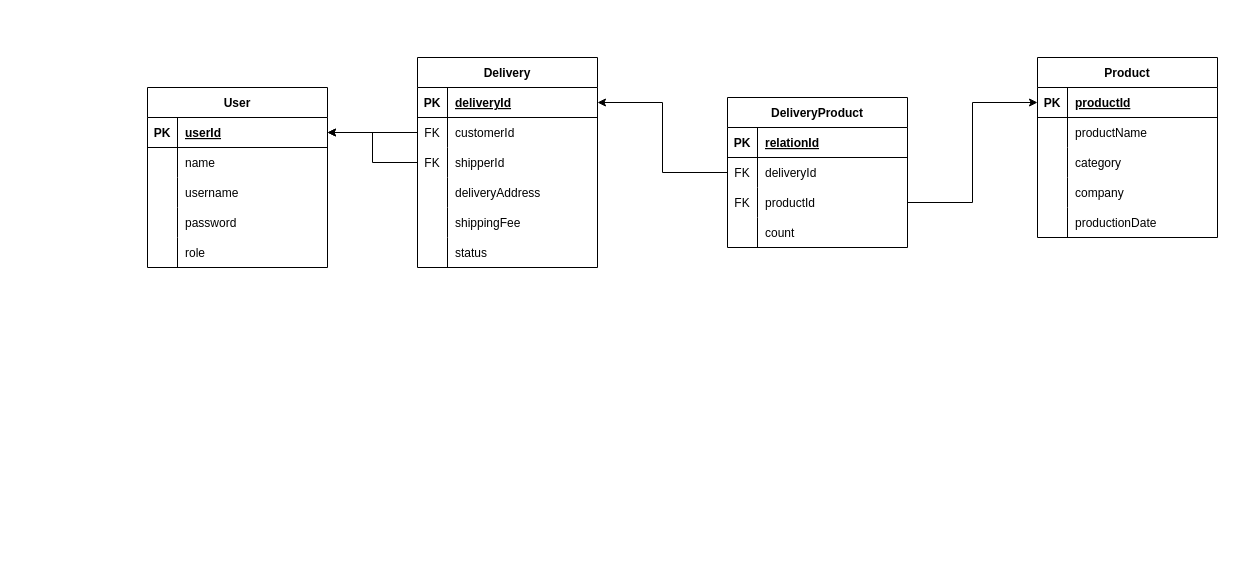
Above: Database.drawio in jashdb/LTCT.SP_07 (draw.io), before the change. Source tidied: cells renumbered, new cells numbered last; positions are measured from the earlier drawing's top-left corner, leaving out a move shared by most shapes. Both pictures are drawn from the tidied source at 100%, with x=0, y=0 at pixel (147, 57).
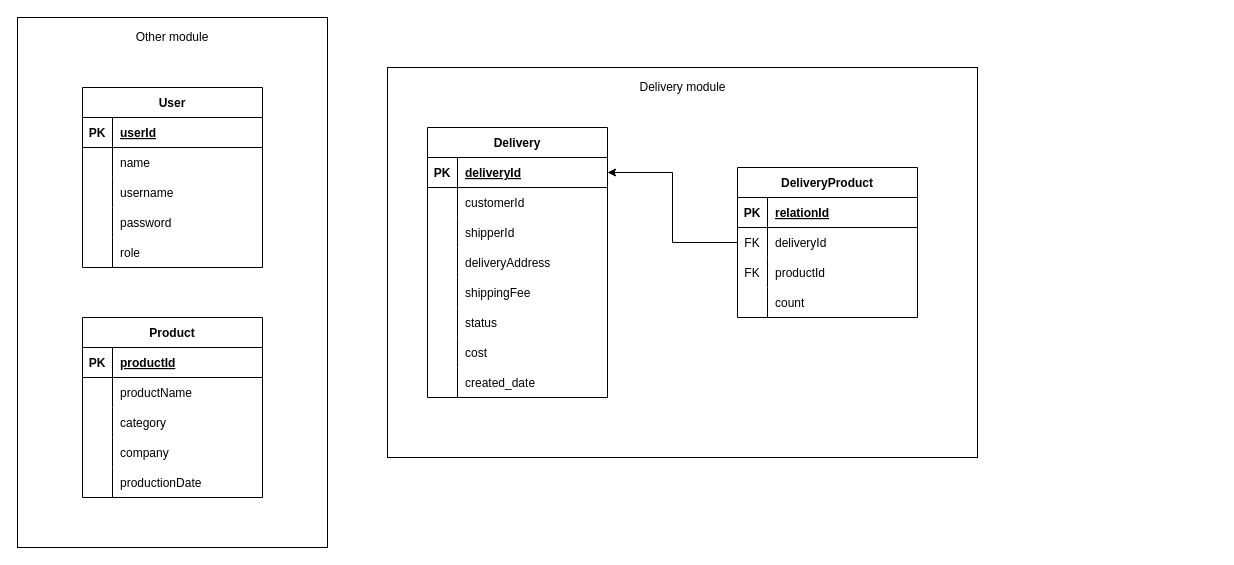
The same diagram, later.

The change refers to these unchanged cells:
```xml
<mxCell id="3" style="shape=partialRectangle;fillColor=none;top=0;left=0;bottom=1;right=0;points=[[0,0.5],[1,0.5]];portConstraint=eastwest;" parent="2" vertex="1">
  <mxGeometry y="30" width="180" height="30" as="geometry" />
</mxCell>
<mxCell id="22" style="shape=partialRectangle;fillColor=none;top=0;left=0;bottom=0;right=0;points=[[0,0.5],[1,0.5]];portConstraint=eastwest;" parent="18" vertex="1">
  <mxGeometry y="60" width="180" height="30" as="geometry" />
</mxCell>
<mxCell id="25" style="shape=partialRectangle;fillColor=none;top=0;left=0;bottom=0;right=0;points=[[0,0.5],[1,0.5]];portConstraint=eastwest;" parent="18" vertex="1">
  <mxGeometry y="90" width="180" height="30" as="geometry" />
</mxCell>
<mxCell id="46" style="shape=partialRectangle;fillColor=none;top=0;left=0;bottom=0;right=0;points=[[0,0.5],[1,0.5]];portConstraint=eastwest;" parent="39" vertex="1">
  <mxGeometry y="90" width="180" height="30" as="geometry" />
</mxCell>
<mxCell id="54" style="shape=partialRectangle;fillColor=none;top=0;left=0;bottom=1;right=0;points=[[0,0.5],[1,0.5]];portConstraint=eastwest;" parent="53" vertex="1">
  <mxGeometry y="30" width="180" height="30" as="geometry" />
</mxCell>
```

Diff of the diagram source:
```diff
@@
+    <mxCell id="70" style="rounded=0;whiteSpace=wrap;html=1;" parent="1" vertex="1">
+      <mxGeometry x="240" y="10" width="590" height="390" as="geometry" />
+    </mxCell>
+    <mxCell id="71" style="rounded=0;whiteSpace=wrap;html=1;" parent="1" vertex="1">
+      <mxGeometry x="-130" y="-40" width="310" height="530" as="geometry" />
+    </mxCell>
     <mxCell id="2" value="User" style="shape=table;startSize=30;childLayout=tableLayout;rowLines=0;fontStyle=1;align=center;" parent="1" vertex="1">
-      <mxGeometry y="30" width="180" height="180" as="geometry" />
+      <mxGeometry x="-65" y="30" width="180" height="180" as="geometry" />
     </mxCell>
@@
     <mxCell id="18" value="Delivery" style="shape=table;startSize=30;childLayout=tableLayout;rowLines=0;fontStyle=1;align=center;" parent="1" vertex="1">
-      <mxGeometry x="270" width="180" height="210" as="geometry" />
+      <mxGeometry x="280" y="70" width="180" height="270" as="geometry" />
     </mxCell>
@@
-    <mxCell id="23" value="FK" style="shape=partialRectangle;fillColor=none;top=0;left=0;bottom=0;right=0;overflow=hidden;" parent="22" vertex="1">
+    <mxCell id="23" style="shape=partialRectangle;fillColor=none;top=0;left=0;bottom=0;right=0;overflow=hidden;" parent="22" vertex="1">
       <mxGeometry width="30" height="30" as="geometry" />
     </mxCell>
@@
-    <mxCell id="26" value="FK" style="shape=partialRectangle;fillColor=none;top=0;left=0;bottom=0;right=0;overflow=hidden;" parent="25" vertex="1">
+    <mxCell id="26" style="shape=partialRectangle;fillColor=none;top=0;left=0;bottom=0;right=0;overflow=hidden;" parent="25" vertex="1">
       <mxGeometry width="30" height="30" as="geometry" />
     </mxCell>
@@
-    <mxCell id="37" style="edgeStyle=orthogonalEdgeStyle;rounded=0;jettySize=auto;html=1;exitX=0;exitY=0.5;exitDx=0;exitDy=0;" parent="1" edge="1" source="25" target="3">
-      <mxGeometry relative="1" as="geometry" />
-    </mxCell>
-    <mxCell id="38" style="edgeStyle=orthogonalEdgeStyle;rounded=0;jettySize=auto;html=1;exitX=0;exitY=0.5;exitDx=0;exitDy=0;" parent="1" edge="1" source="22" target="3">
-      <mxGeometry relative="1" as="geometry" />
-    </mxCell>
+    <mxCell id="72" style="shape=partialRectangle;fillColor=none;top=0;left=0;bottom=0;right=0;" parent="18" vertex="1">
+      <mxGeometry y="210" width="180" height="30" as="geometry" />
+    </mxCell>
+    <mxCell id="73" style="shape=partialRectangle;fillColor=none;top=0;left=0;bottom=0;right=0;overflow=hidden;" parent="72" vertex="1">
+      <mxGeometry width="30" height="30" as="geometry" />
+    </mxCell>
+    <mxCell id="74" value="cost" style="shape=partialRectangle;fillColor=none;top=0;left=0;bottom=0;right=0;align=left;spacingLeft=6;overflow=hidden;" parent="72" vertex="1">
+      <mxGeometry x="30" width="150" height="30" as="geometry" />
+    </mxCell>
+    <mxCell id="75" style="shape=partialRectangle;fillColor=none;top=0;left=0;bottom=0;right=0;" parent="18" vertex="1">
+      <mxGeometry y="240" width="180" height="30" as="geometry" />
+    </mxCell>
+    <mxCell id="76" style="shape=partialRectangle;fillColor=none;top=0;left=0;bottom=0;right=0;overflow=hidden;" parent="75" vertex="1">
+      <mxGeometry width="30" height="30" as="geometry" />
+    </mxCell>
+    <mxCell id="77" value="created_date" style="shape=partialRectangle;fillColor=none;top=0;left=0;bottom=0;right=0;align=left;spacingLeft=6;overflow=hidden;" parent="75" vertex="1">
+      <mxGeometry x="30" width="150" height="30" as="geometry" />
+    </mxCell>
     <mxCell id="39" value="DeliveryProduct" style="shape=table;startSize=30;childLayout=tableLayout;rowLines=0;fontStyle=1;align=center;" parent="1" vertex="1">
-      <mxGeometry x="580" y="40" width="180" height="150" as="geometry" />
+      <mxGeometry x="590" y="110" width="180" height="150" as="geometry" />
     </mxCell>
@@
     <mxCell id="53" value="Product" style="shape=table;startSize=30;childLayout=tableLayout;rowLines=0;fontStyle=1;align=center;" parent="1" vertex="1">
-      <mxGeometry x="890" width="180" height="180" as="geometry" />
+      <mxGeometry x="-65" y="260" width="180" height="180" as="geometry" />
     </mxCell>
@@
-    <mxCell id="69" style="edgeStyle=orthogonalEdgeStyle;rounded=0;jettySize=auto;html=1;exitX=1;exitY=0.5;exitDx=0;exitDy=0;" parent="1" edge="1" source="46" target="54">
-      <mxGeometry relative="1" as="geometry" />
-    </mxCell>
+    <mxCell id="78" value="Other module" style="text;html=1;strokeColor=none;fillColor=none;align=center;verticalAlign=middle;whiteSpace=wrap;rounded=0;" parent="1" vertex="1">
+      <mxGeometry x="-20" y="-30" width="90" height="20" as="geometry" />
+    </mxCell>
+    <mxCell id="79" value="Delivery module" style="text;html=1;strokeColor=none;fillColor=none;align=center;verticalAlign=middle;whiteSpace=wrap;rounded=0;" parent="1" vertex="1">
+      <mxGeometry x="487.5" y="20" width="95" height="20" as="geometry" />
+    </mxCell>
```
